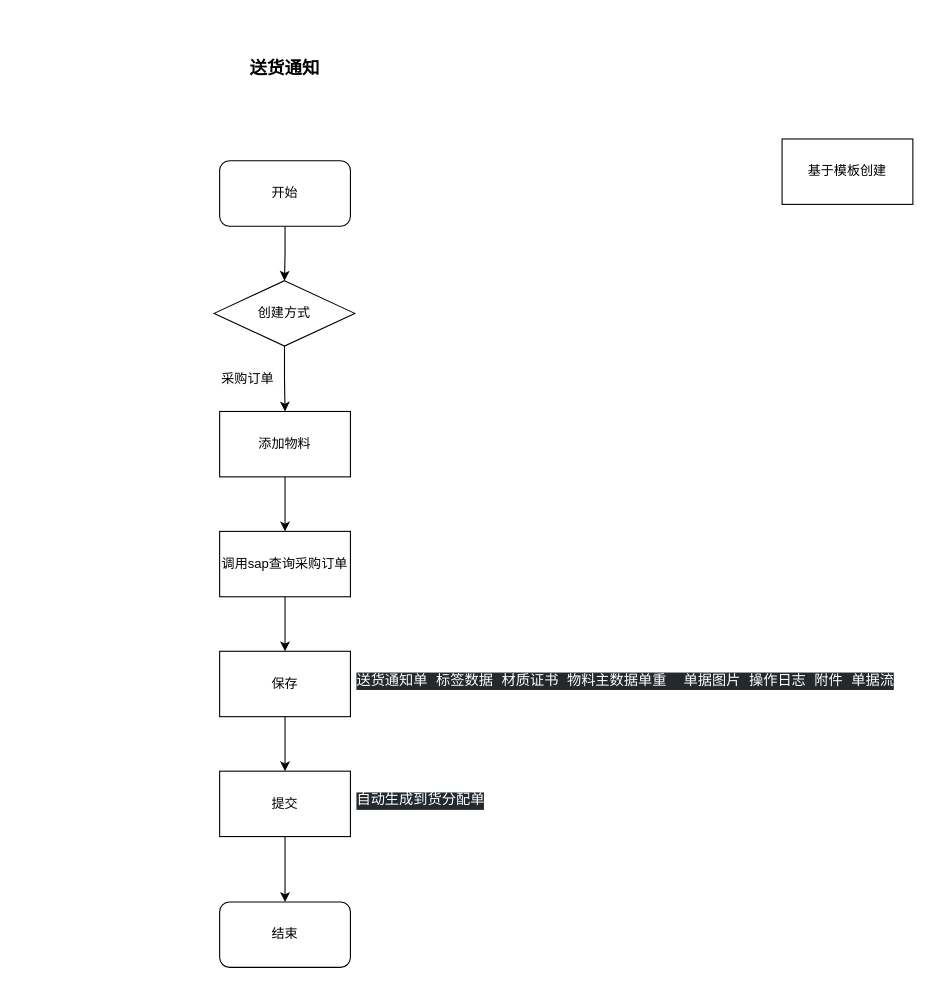
The draw.io diagram page "送货通知" (2 of 4) of COOEC/WMS/WMS-WBS跟踪.drawio in GodTaoz/drawio, before the edit. Source tidied: cells renumbered, new cells numbered last; positions are measured from the earlier drawing's top-left corner, leaving out a move shared by most shapes. Both pictures are drawn from the tidied source at 109%, with x=0, y=0 at pixel (214, 51).
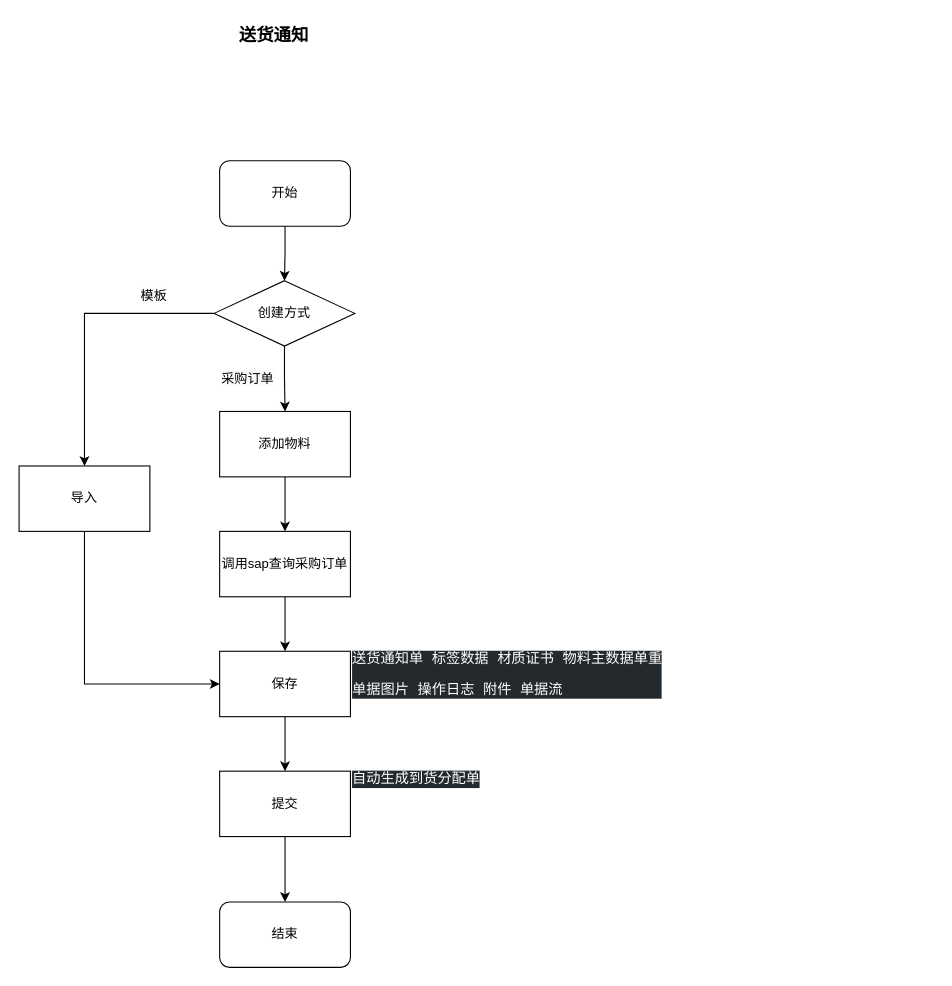
After the change.

Unchanged cells that the change refers to:
```xml
<mxCell id="9" value="创建方式" style="rhombus;whiteSpace=wrap;html=1;" parent="1" vertex="1">
  <mxGeometry y="210" width="129" height="60" as="geometry" />
</mxCell>
<mxCell id="14" value="保存" style="rounded=0;whiteSpace=wrap;html=1;" parent="1" vertex="1">
  <mxGeometry x="5" y="550" width="120" height="60" as="geometry" />
</mxCell>
```

Diff of the diagram source:
```diff
@@
+    <mxCell id="20" style="edgeStyle=orthogonalEdgeStyle;rounded=0;jettySize=auto;html=1;exitX=0.5;exitY=1;exitDx=0;exitDy=0;entryX=0;entryY=0.5;entryDx=0;entryDy=0;" parent="1" edge="1" source="4" target="14">
+      <mxGeometry relative="1" as="geometry" />
+    </mxCell>
-    <mxCell id="4" value="基于模板创建" style="rounded=0;whiteSpace=wrap;html=1;" parent="1" vertex="1">
-      <mxGeometry x="521" y="80" width="120" height="60" as="geometry" />
+    <mxCell id="4" value="导入" style="rounded=0;whiteSpace=wrap;html=1;" parent="1" vertex="1">
+      <mxGeometry x="-179" y="380" width="120" height="60" as="geometry" />
     </mxCell>
     <mxCell id="5" value="&lt;font style=&quot;font-size: 16px;&quot;&gt;&lt;b&gt;送货通知&lt;/b&gt;&lt;/font&gt;" style="text;html=1;strokeColor=none;fillColor=none;align=center;verticalAlign=middle;whiteSpace=wrap;rounded=0;" parent="1" vertex="1">
-      <mxGeometry x="12" width="106" height="30" as="geometry" />
+      <mxGeometry x="2" y="-30" width="106" height="30" as="geometry" />
     </mxCell>
@@
+    <mxCell id="21" style="edgeStyle=orthogonalEdgeStyle;rounded=0;jettySize=auto;html=1;exitX=0;exitY=0.5;exitDx=0;exitDy=0;" parent="1" edge="1" source="9" target="4">
+      <mxGeometry relative="1" as="geometry" />
+    </mxCell>
@@
-    <mxCell id="15" value="&lt;div style=&quot;background-color: rgb(36, 41, 46); font-family: 宋体, monospace; font-size: 9.8pt;&quot;&gt;&lt;pre style=&quot;&quot;&gt;&lt;font color=&quot;#ffffff&quot;&gt;送货通知单 标签数据 材质证书 物料主数据单重  单据图片 操作日志 附件 单据流&lt;/font&gt;&lt;/pre&gt;&lt;/div&gt;" style="text;whiteSpace=wrap;html=1;" parent="1" vertex="1">
-      <mxGeometry x="129" y="550" width="530" height="50" as="geometry" />
+    <mxCell id="15" value="&lt;div style=&quot;background-color: rgb(36, 41, 46); font-family: 宋体, monospace; font-size: 9.8pt;&quot;&gt;&lt;pre style=&quot;&quot;&gt;&lt;font color=&quot;#ffffff&quot;&gt;送货通知单 标签数据 材质证书 物料主数据单重&lt;/font&gt;&lt;/pre&gt;&lt;pre style=&quot;&quot;&gt;&lt;font color=&quot;#ffffff&quot;&gt;单据图片 操作日志 附件 单据流&lt;/font&gt;&lt;/pre&gt;&lt;/div&gt;" style="text;whiteSpace=wrap;html=1;" parent="1" vertex="1">
+      <mxGeometry x="125" y="530" width="306" height="80" as="geometry" />
     </mxCell>
@@
     <mxCell id="19" value="&lt;div style=&quot;background-color: rgb(36, 41, 46); font-family: 宋体, monospace; font-size: 9.8pt;&quot;&gt;&lt;pre style=&quot;&quot;&gt;&lt;font color=&quot;#ffffff&quot;&gt;自动生成到货分配单&lt;/font&gt;&lt;/pre&gt;&lt;/div&gt;" style="text;whiteSpace=wrap;html=1;" parent="1" vertex="1">
-      <mxGeometry x="129" y="660" width="140" height="50" as="geometry" />
+      <mxGeometry x="125" y="640" width="140" height="40" as="geometry" />
     </mxCell>
+    <mxCell id="22" value="&lt;span style=&quot;color: rgb(0, 0, 0); font-family: Helvetica; font-size: 12px; font-style: normal; font-variant-ligatures: normal; font-variant-caps: normal; font-weight: 400; letter-spacing: normal; orphans: 2; text-align: center; text-indent: 0px; text-transform: none; widows: 2; word-spacing: 0px; -webkit-text-stroke-width: 0px; background-color: rgb(251, 251, 251); text-decoration-thickness: initial; text-decoration-style: initial; text-decoration-color: initial; float: none; display: inline !important;&quot;&gt;模板&lt;/span&gt;" style="text;whiteSpace=wrap;html=1;" parent="1" vertex="1">
+      <mxGeometry x="-69" y="210" width="30" height="30" as="geometry" />
+    </mxCell>
```
